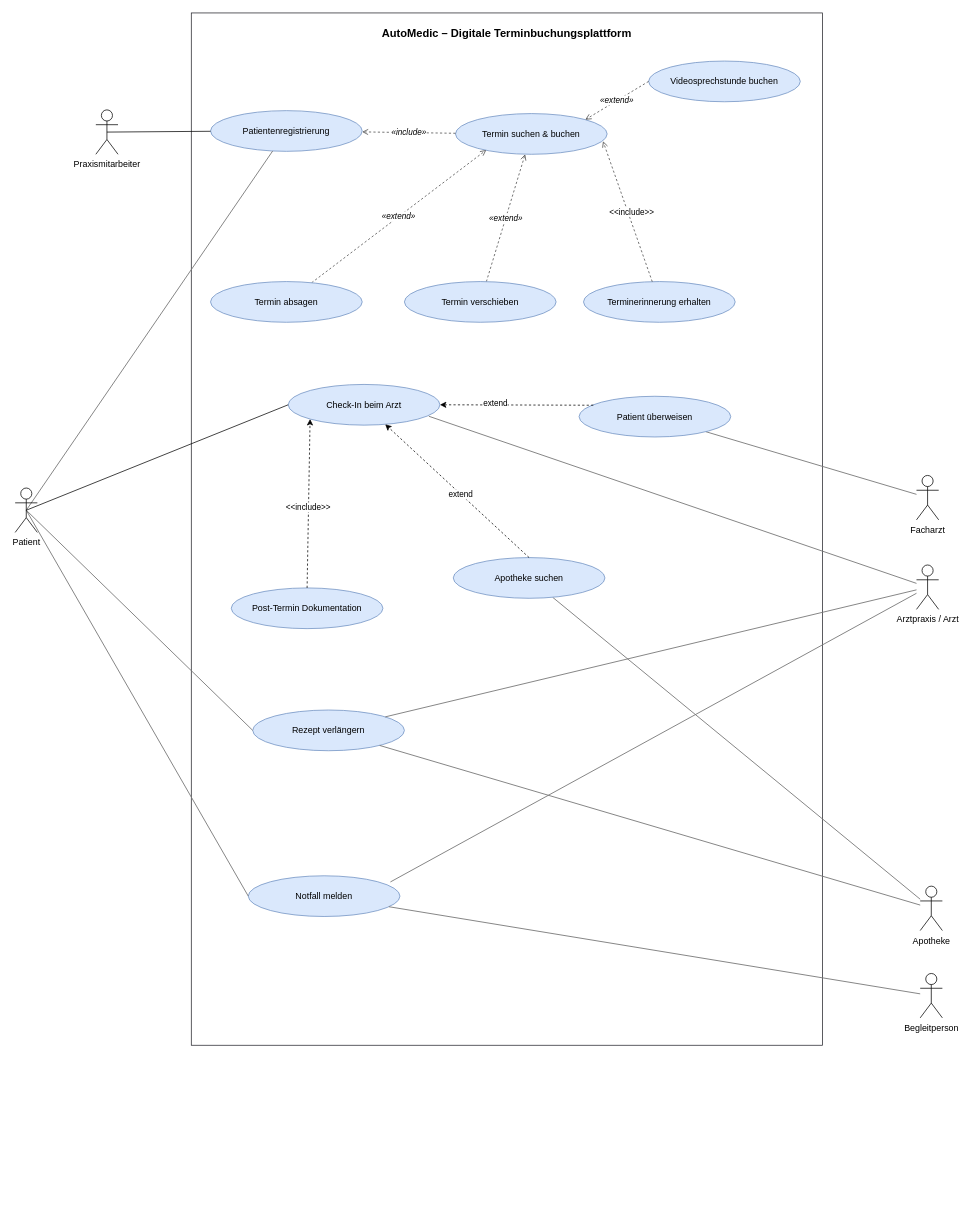
This is UseCaseDiagramm .drawio from LucaD2007/AutoMedic, a draw.io file, before an edit. Source tidied: cells renumbered, new cells numbered last; positions are measured from the earlier drawing's top-left corner, leaving out a move shared by most shapes. Both pictures are drawn from the tidied source at 74%, with x=0, y=0 at pixel (15, 13).
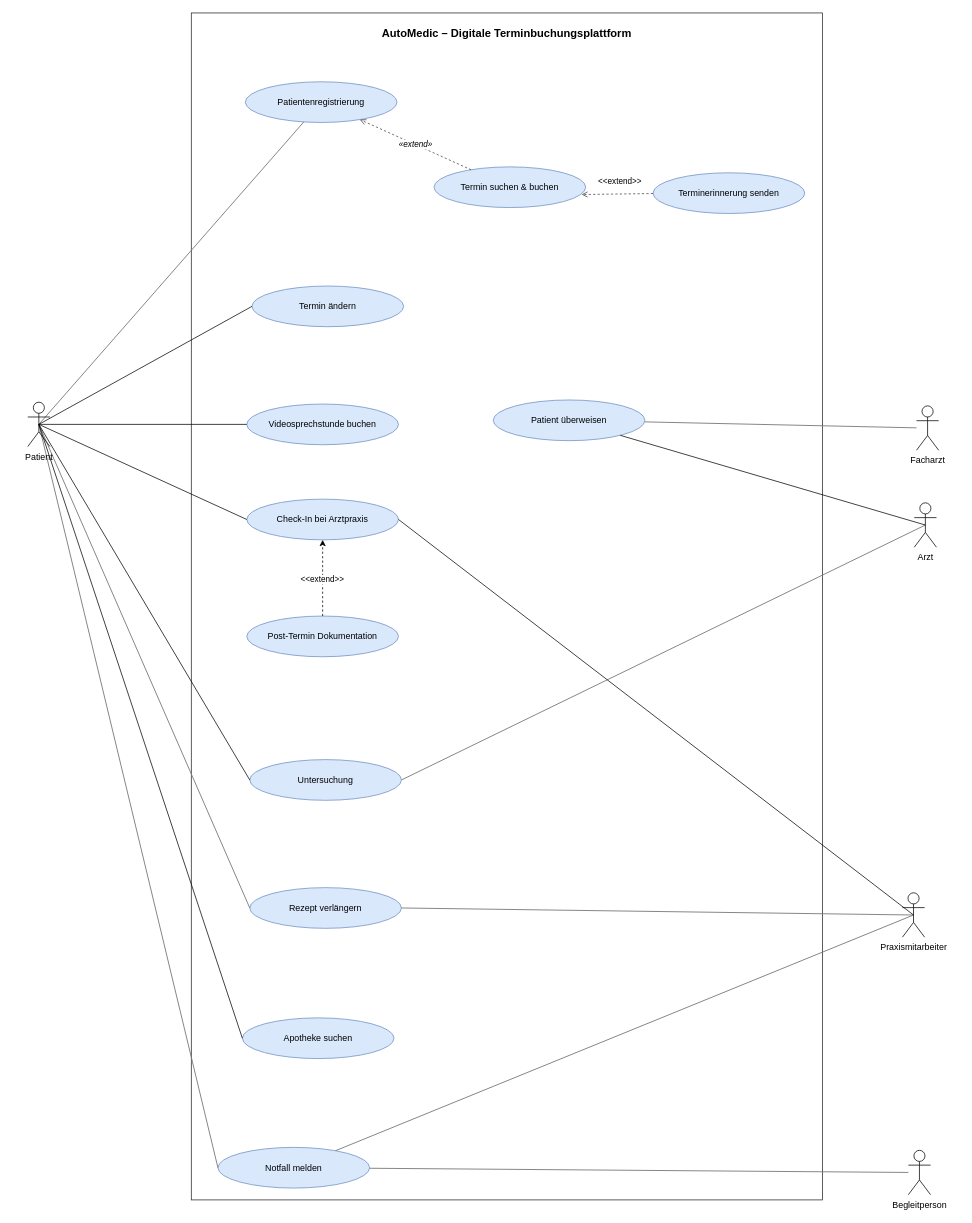
The same diagram, later.

Commit message (it also covers changes not shown here):
Veränderung des Use-Case Diagramms

The change refers to these unchanged cells:
```xml
<mxCell id="28" style="dashed=1;endArrow=open;endFill=0;startArrow=none;startFill=0;html=1;strokeColor=#444444;fontSize=11;fontStyle=2;entryX=0.973;entryY=0.68;entryDx=0;entryDy=0;entryPerimeter=0;" parent="1" edge="1" source="3" target="4">
  <mxGeometry relative="1" as="geometry" />
</mxCell>
```

The edit, as a diff of the source:
```diff
@@
     <mxCell id="2" value="AutoMedic – Digitale Terminbuchungsplattform" style="rounded=0;whiteSpace=wrap;html=1;fillColor=none;strokeColor=#23232A;fontSize=15;fontStyle=1;verticalAlign=top;align=center;spacingTop=12;" parent="1" vertex="1">
-      <mxGeometry x="238" width="853" height="1395" as="geometry" />
+      <mxGeometry x="238" width="853" height="1604" as="geometry" />
     </mxCell>
-    <mxCell id="3" value="Terminerinnerung erhalten" style="ellipse;whiteSpace=wrap;html=1;fillColor=#dae8fc;strokeColor=#6c8ebf;fontSize=12;align=center;" parent="1" vertex="1">
-      <mxGeometry x="768" y="363" width="205" height="55" as="geometry" />
+    <mxCell id="3" value="Terminerinnerung senden" style="ellipse;whiteSpace=wrap;html=1;fillColor=#dae8fc;strokeColor=#6c8ebf;fontSize=12;align=center;" parent="1" vertex="1">
+      <mxGeometry x="862" y="216" width="205" height="55" as="geometry" />
     </mxCell>
     <mxCell id="4" value="Termin suchen &amp; buchen" style="ellipse;whiteSpace=wrap;html=1;fillColor=#dae8fc;strokeColor=#6c8ebf;fontSize=12;align=center;" parent="1" vertex="1">
-      <mxGeometry x="595" y="136" width="205" height="55" as="geometry" />
+      <mxGeometry x="566" y="208" width="205" height="55" as="geometry" />
     </mxCell>
     <mxCell id="5" value="Patientenregistrierung" style="ellipse;whiteSpace=wrap;html=1;fillColor=#dae8fc;strokeColor=#6c8ebf;fontSize=12;align=center;" parent="1" vertex="1">
-      <mxGeometry x="264" y="132" width="205" height="55" as="geometry" />
+      <mxGeometry x="311" y="93" width="205" height="55" as="geometry" />
     </mxCell>
-    <mxCell id="6" value="Check-In beim Arzt" style="ellipse;whiteSpace=wrap;html=1;fillColor=#dae8fc;strokeColor=#6c8ebf;fontSize=12;align=center;" parent="1" vertex="1">
-      <mxGeometry x="369" y="502" width="205" height="55" as="geometry" />
+    <mxCell id="6" value="Check-In bei Arztpraxis" style="ellipse;whiteSpace=wrap;html=1;fillColor=#dae8fc;strokeColor=#6c8ebf;fontSize=12;align=center;" parent="1" vertex="1">
+      <mxGeometry x="313" y="657" width="205" height="55" as="geometry" />
     </mxCell>
     <mxCell id="7" value="Notfall melden" style="ellipse;whiteSpace=wrap;html=1;fillColor=#dae8fc;strokeColor=#6c8ebf;fontSize=12;align=center;" parent="1" vertex="1">
-      <mxGeometry x="315" y="1166" width="205" height="55" as="geometry" />
+      <mxGeometry x="274" y="1533" width="205" height="55" as="geometry" />
     </mxCell>
     <mxCell id="8" value="Rezept verlängern" style="ellipse;whiteSpace=wrap;html=1;fillColor=#dae8fc;strokeColor=#6c8ebf;fontSize=12;align=center;" parent="1" vertex="1">
-      <mxGeometry x="321" y="942" width="205" height="55" as="geometry" />
+      <mxGeometry x="317" y="1182" width="205" height="55" as="geometry" />
     </mxCell>
     <mxCell id="9" value="Post-Termin Dokumentation" style="ellipse;whiteSpace=wrap;html=1;fillColor=#dae8fc;strokeColor=#6c8ebf;fontSize=12;align=center;" parent="1" vertex="1">
-      <mxGeometry x="292" y="777" width="205" height="55" as="geometry" />
+      <mxGeometry x="313" y="815" width="205" height="55" as="geometry" />
     </mxCell>
@@
-    <mxCell id="14" style="endArrow=none;html=1;strokeColor=#777777;strokeWidth=1.2;entryX=0.927;entryY=0.782;entryDx=0;entryDy=0;entryPerimeter=0;" parent="1" edge="1" source="27" target="6">
+    <mxCell id="14" style="endArrow=none;html=1;strokeColor=#777777;strokeWidth=1.2;entryX=1;entryY=0.5;entryDx=0;entryDy=0;exitX=0.5;exitY=0.5;exitDx=0;exitDy=0;exitPerimeter=0;" parent="1" edge="1" source="27" target="45">
       <mxGeometry relative="1" as="geometry" />
     </mxCell>
-    <mxCell id="15" style="endArrow=none;html=1;strokeColor=#777777;strokeWidth=1.2;entryX=0.937;entryY=0.151;entryDx=0;entryDy=0;entryPerimeter=0;" parent="1" edge="1" source="27" target="7">
+    <mxCell id="15" style="endArrow=none;html=1;strokeColor=#777777;strokeWidth=1.2;exitX=0.5;exitY=0.5;exitDx=0;exitDy=0;exitPerimeter=0;" parent="1" edge="1" source="34" target="7">
       <mxGeometry relative="1" as="geometry" />
     </mxCell>
-    <mxCell id="16" style="endArrow=none;html=1;strokeColor=#777777;strokeWidth=1.2;" parent="1" edge="1" source="27" target="8">
+    <mxCell id="16" style="endArrow=none;html=1;strokeColor=#777777;strokeWidth=1.2;exitX=0.5;exitY=0.5;exitDx=0;exitDy=0;exitPerimeter=0;entryX=1;entryY=0.5;entryDx=0;entryDy=0;" parent="1" edge="1" source="34" target="8">
       <mxGeometry relative="1" as="geometry" />
     </mxCell>
@@
-    <mxCell id="18" style="endArrow=none;html=1;strokeColor=#777777;strokeWidth=1.2;" parent="1" edge="1" source="26" target="31">
-      <mxGeometry relative="1" as="geometry" />
-    </mxCell>
-    <mxCell id="19" style="endArrow=none;html=1;strokeColor=#777777;strokeWidth=1.2;" parent="1" edge="1" source="26" target="8">
-      <mxGeometry relative="1" as="geometry" />
-    </mxCell>
-    <mxCell id="20" value="«extend»" style="dashed=1;endArrow=open;endFill=0;startArrow=none;startFill=0;html=1;strokeColor=#444444;fontSize=11;fontStyle=2;entryX=0.203;entryY=0.895;entryDx=0;entryDy=0;entryPerimeter=0;" parent="1" edge="1" source="32" target="4">
-      <mxGeometry relative="1" as="geometry" />
-    </mxCell>
-    <mxCell id="21" value="«extend»" style="dashed=1;endArrow=open;endFill=0;startArrow=none;startFill=0;html=1;strokeColor=#444444;fontSize=11;fontStyle=2;" parent="1" edge="1" source="30" target="4">
-      <mxGeometry relative="1" as="geometry" />
-    </mxCell>
-    <mxCell id="22" value="«include»" style="dashed=1;endArrow=open;endFill=0;startArrow=none;startFill=0;html=1;strokeColor=#444444;fontSize=11;fontStyle=2;" parent="1" edge="1" source="4" target="5">
+    <mxCell id="22" value="«extend»" style="dashed=1;endArrow=open;endFill=0;startArrow=none;startFill=0;html=1;strokeColor=#444444;fontSize=11;fontStyle=2;" parent="1" edge="1" source="4" target="5">
       <mxGeometry relative="1" as="geometry" />
     </mxCell>
     <mxCell id="23" value="Begleitperson" style="shape=umlActor;verticalLabelPosition=bottom;verticalAlign=top;html=1;outlineConnect=0;" parent="1" vertex="1">
-      <mxGeometry x="1223" y="1298" width="30" height="60" as="geometry" />
+      <mxGeometry x="1207" y="1537" width="30" height="60" as="geometry" />
     </mxCell>
     <mxCell id="24" value="Patient" style="shape=umlActor;verticalLabelPosition=bottom;verticalAlign=top;html=1;outlineConnect=0;" parent="1" vertex="1">
-      <mxGeometry y="642" width="30" height="60" as="geometry" />
+      <mxGeometry x="17" y="526" width="30" height="60" as="geometry" />
     </mxCell>
     <mxCell id="25" value="Facharzt" style="shape=umlActor;verticalLabelPosition=bottom;verticalAlign=top;html=1;outlineConnect=0;" parent="1" vertex="1">
-      <mxGeometry x="1218" y="625" width="30" height="60" as="geometry" />
+      <mxGeometry x="1218" y="531" width="30" height="60" as="geometry" />
     </mxCell>
-    <mxCell id="26" value="Apotheke" style="shape=umlActor;verticalLabelPosition=bottom;verticalAlign=top;html=1;outlineConnect=0;" parent="1" vertex="1">
-      <mxGeometry x="1223" y="1180" width="30" height="60" as="geometry" />
-    </mxCell>
-    <mxCell id="27" value="Arztpraxis / Arzt" style="shape=umlActor;verticalLabelPosition=bottom;verticalAlign=top;html=1;outlineConnect=0;" parent="1" vertex="1">
-      <mxGeometry x="1218" y="746" width="30" height="60" as="geometry" />
+    <mxCell id="27" value="Arzt" style="shape=umlActor;verticalLabelPosition=bottom;verticalAlign=top;html=1;outlineConnect=0;" parent="1" vertex="1">
+      <mxGeometry x="1215" y="662" width="30" height="60" as="geometry" />
     </mxCell>
@@
-    <mxCell id="29" value="&amp;lt;&amp;lt;include&amp;gt;&amp;gt;" style="edgeLabel;html=1;align=center;verticalAlign=middle;" parent="28" vertex="1">
+    <mxCell id="29" value="&amp;lt;&amp;lt;extend&amp;gt;&amp;gt;" style="edgeLabel;html=1;align=center;verticalAlign=middle;" parent="28" vertex="1">
       <mxGeometry x="-0.16" y="-4" relative="1" as="geometry">
         <mxPoint x="-4" y="-14" as="offset" />
       </mxGeometry>
     </mxCell>
-    <mxCell id="30" value="Termin verschieben" style="ellipse;whiteSpace=wrap;html=1;fillColor=#dae8fc;strokeColor=#6c8ebf;fontSize=12;align=center;" parent="1" vertex="1">
-      <mxGeometry x="526" y="363" width="205" height="55" as="geometry" />
-    </mxCell>
     <mxCell id="31" value="Apotheke suchen" style="ellipse;whiteSpace=wrap;html=1;fillColor=#dae8fc;strokeColor=#6c8ebf;fontSize=12;align=center;" parent="1" vertex="1">
-      <mxGeometry x="592" y="736" width="205" height="55" as="geometry" />
+      <mxGeometry x="307" y="1358" width="205" height="55" as="geometry" />
     </mxCell>
-    <mxCell id="32" value="Termin absagen" style="ellipse;whiteSpace=wrap;html=1;fillColor=#dae8fc;strokeColor=#6c8ebf;fontSize=12;align=center;" parent="1" vertex="1">
-      <mxGeometry x="264" y="363" width="205" height="55" as="geometry" />
+    <mxCell id="32" value="Termin ändern" style="ellipse;whiteSpace=wrap;html=1;fillColor=#dae8fc;strokeColor=#6c8ebf;fontSize=12;align=center;" parent="1" vertex="1">
+      <mxGeometry x="320" y="369" width="205" height="55" as="geometry" />
     </mxCell>
     <mxCell id="33" value="Patient überweisen" style="ellipse;whiteSpace=wrap;html=1;fillColor=#dae8fc;strokeColor=#6c8ebf;fontSize=12;align=center;" parent="1" vertex="1">
-      <mxGeometry x="762" y="518" width="205" height="55" as="geometry" />
+      <mxGeometry x="646" y="523" width="205" height="55" as="geometry" />
     </mxCell>
     <mxCell id="34" value="Praxismitarbeiter" style="shape=umlActor;verticalLabelPosition=bottom;verticalAlign=top;html=1;outlineConnect=0;" parent="1" vertex="1">
-      <mxGeometry x="109" y="131" width="30" height="60" as="geometry" />
+      <mxGeometry x="1199" y="1189" width="30" height="60" as="geometry" />
     </mxCell>
@@
-    <mxCell id="36" style="endArrow=classic;html=1;rounded=0;entryX=1;entryY=0.5;entryDx=0;entryDy=0;exitX=0.094;exitY=0.22;exitDx=0;exitDy=0;exitPerimeter=0;dashed=1;" parent="1" edge="1" source="33" target="6">
-      <mxGeometry relative="1" as="geometry" />
-    </mxCell>
-    <mxCell id="37" value="extend" style="edgeLabel;html=1;align=center;verticalAlign=middle;" parent="36" vertex="1">
-      <mxGeometry x="0.28" y="-2" relative="1" as="geometry" />
-    </mxCell>
-    <mxCell id="38" style="endArrow=classic;html=1;rounded=0;exitX=0.5;exitY=0;exitDx=0;exitDy=0;dashed=1;entryX=0;entryY=1;entryDx=0;entryDy=0;" parent="1" edge="1" source="9" target="6">
+    <mxCell id="38" style="endArrow=classic;html=1;rounded=0;dashed=1;" parent="1" edge="1" source="9" target="6">
       <mxGeometry relative="1" as="geometry" />
     </mxCell>
-    <mxCell id="39" value="&amp;lt;&amp;lt;include&amp;gt;&amp;gt;" style="edgeLabel;html=1;align=center;verticalAlign=middle;" parent="38" vertex="1">
+    <mxCell id="39" value="&amp;lt;&amp;lt;extend&amp;gt;&amp;gt;" style="edgeLabel;html=1;align=center;verticalAlign=middle;" parent="38" vertex="1">
       <mxGeometry x="-0.05" y="1" relative="1" as="geometry">
         <mxPoint y="-1" as="offset" />
       </mxGeometry>
     </mxCell>
-    <mxCell id="40" style="endArrow=classic;html=1;rounded=0;exitX=0.5;exitY=0;exitDx=0;exitDy=0;dashed=1;" parent="1" edge="1" source="31" target="6">
-      <mxGeometry relative="1" as="geometry" />
-    </mxCell>
-    <mxCell id="41" value="extend" style="edgeLabel;html=1;align=center;verticalAlign=middle;" parent="40" vertex="1">
-      <mxGeometry x="-0.05" y="1" relative="1" as="geometry">
-        <mxPoint y="-1" as="offset" />
-      </mxGeometry>
-    </mxCell>
     <mxCell id="42" value="Videosprechstunde buchen" style="ellipse;whiteSpace=wrap;html=1;fillColor=#dae8fc;strokeColor=#6c8ebf;fontSize=12;align=center;" parent="1" vertex="1">
-      <mxGeometry x="856" y="65" width="205" height="55" as="geometry" />
+      <mxGeometry x="313" y="528.5" width="205" height="55" as="geometry" />
     </mxCell>
-    <mxCell id="43" value="«extend»" style="dashed=1;endArrow=open;endFill=0;startArrow=none;startFill=0;html=1;strokeColor=#444444;fontSize=11;fontStyle=2;entryX=1;entryY=0;entryDx=0;entryDy=0;exitX=0;exitY=0.5;exitDx=0;exitDy=0;" parent="1" edge="1" source="42" target="4">
-      <mxGeometry relative="1" as="geometry" />
-    </mxCell>
-    <mxCell id="44" style="endArrow=none;html=1;rounded=0;exitX=0.5;exitY=0.5;exitDx=0;exitDy=0;exitPerimeter=0;" parent="1" edge="1" source="34" target="5">
-      <mxGeometry relative="1" as="geometry" />
-    </mxCell>
+    <mxCell id="45" value="Untersuchung" style="ellipse;whiteSpace=wrap;html=1;fillColor=#dae8fc;strokeColor=#6c8ebf;fontSize=12;align=center;" parent="1" vertex="1">
+      <mxGeometry x="317" y="1009" width="205" height="55" as="geometry" />
+    </mxCell>
+    <mxCell id="46" style="endArrow=none;html=1;rounded=0;entryX=0.5;entryY=0.5;entryDx=0;entryDy=0;entryPerimeter=0;exitX=0;exitY=0.5;exitDx=0;exitDy=0;" parent="1" edge="1" source="45" target="24">
+      <mxGeometry relative="1" as="geometry" />
+    </mxCell>
+    <mxCell id="47" style="endArrow=none;html=1;rounded=0;entryX=0.5;entryY=0.5;entryDx=0;entryDy=0;entryPerimeter=0;exitX=1;exitY=0.5;exitDx=0;exitDy=0;" parent="1" edge="1" source="6" target="34">
+      <mxGeometry relative="1" as="geometry" />
+    </mxCell>
+    <mxCell id="48" style="endArrow=none;html=1;rounded=0;entryX=0.5;entryY=0.5;entryDx=0;entryDy=0;entryPerimeter=0;exitX=0;exitY=0.5;exitDx=0;exitDy=0;" parent="1" edge="1" source="31" target="24">
+      <mxGeometry relative="1" as="geometry" />
+    </mxCell>
+    <mxCell id="49" style="endArrow=none;html=1;rounded=0;entryX=0;entryY=0.5;entryDx=0;entryDy=0;exitX=0.5;exitY=0.5;exitDx=0;exitDy=0;exitPerimeter=0;" parent="1" edge="1" source="24" target="42">
+      <mxGeometry relative="1" as="geometry" />
+    </mxCell>
+    <mxCell id="50" style="endArrow=none;html=1;rounded=0;entryX=0;entryY=0.5;entryDx=0;entryDy=0;exitX=0.5;exitY=0.5;exitDx=0;exitDy=0;exitPerimeter=0;" parent="1" edge="1" source="24" target="32">
+      <mxGeometry relative="1" as="geometry" />
+    </mxCell>
+    <mxCell id="51" style="endArrow=none;html=1;rounded=0;exitX=0.5;exitY=0.5;exitDx=0;exitDy=0;exitPerimeter=0;" parent="1" edge="1" source="27" target="33">
+      <mxGeometry relative="1" as="geometry" />
+    </mxCell>
```
